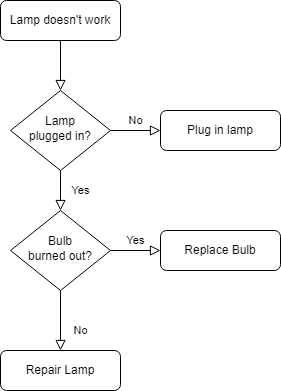
Above: draw/名称未設定ファイル.drawio.png in fuku33/sample (draw.io), before the change. Source tidied: cells renumbered, new cells last; positions are measured from the earlier drawing's top-left corner, leaving out a move shared by most shapes.
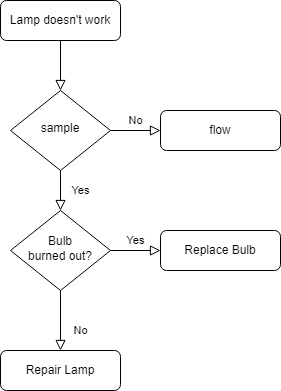
The same diagram one commit later.

Commit message:
名称未設定ファイル.drawio.png を更新します

The edit, as a diff of the source:
```diff
@@ -14,10 +14,10 @@
     <mxCell id="5" value="No" style="edgeStyle=orthogonalEdgeStyle;rounded=0;html=1;jettySize=auto;fontSize=11;endArrow=block;endFill=0;endSize=8;strokeWidth=1;shadow=0;labelBackgroundColor=none;" parent="1" edge="1" source="6" target="7">
       <mxGeometry y="10" relative="1" as="geometry" />
     </mxCell>
-    <mxCell id="6" value="Lamp&lt;br&gt;plugged in?" style="rhombus;whiteSpace=wrap;html=1;shadow=0;fontFamily=Helvetica;fontSize=12;align=center;strokeWidth=1;spacing=6;spacingTop=-4;" parent="1" vertex="1">
+    <mxCell id="6" value="sample" style="rhombus;whiteSpace=wrap;html=1;shadow=0;fontFamily=Helvetica;fontSize=12;align=center;strokeWidth=1;spacing=6;spacingTop=-4;" parent="1" vertex="1">
       <mxGeometry x="10" y="90" width="100" height="80" as="geometry" />
     </mxCell>
-    <mxCell id="7" value="Plug in lamp" style="rounded=1;whiteSpace=wrap;html=1;fontSize=12;glass=0;strokeWidth=1;shadow=0;" parent="1" vertex="1">
+    <mxCell id="7" value="flow" style="rounded=1;whiteSpace=wrap;html=1;fontSize=12;glass=0;strokeWidth=1;shadow=0;" parent="1" vertex="1">
       <mxGeometry x="160" y="110" width="120" height="40" as="geometry" />
     </mxCell>
     <mxCell id="8" value="No" style="rounded=0;html=1;jettySize=auto;fontSize=11;endArrow=block;endFill=0;endSize=8;strokeWidth=1;shadow=0;labelBackgroundColor=none;edgeStyle=orthogonalEdgeStyle;" parent="1" edge="1" source="10" target="11">
```
